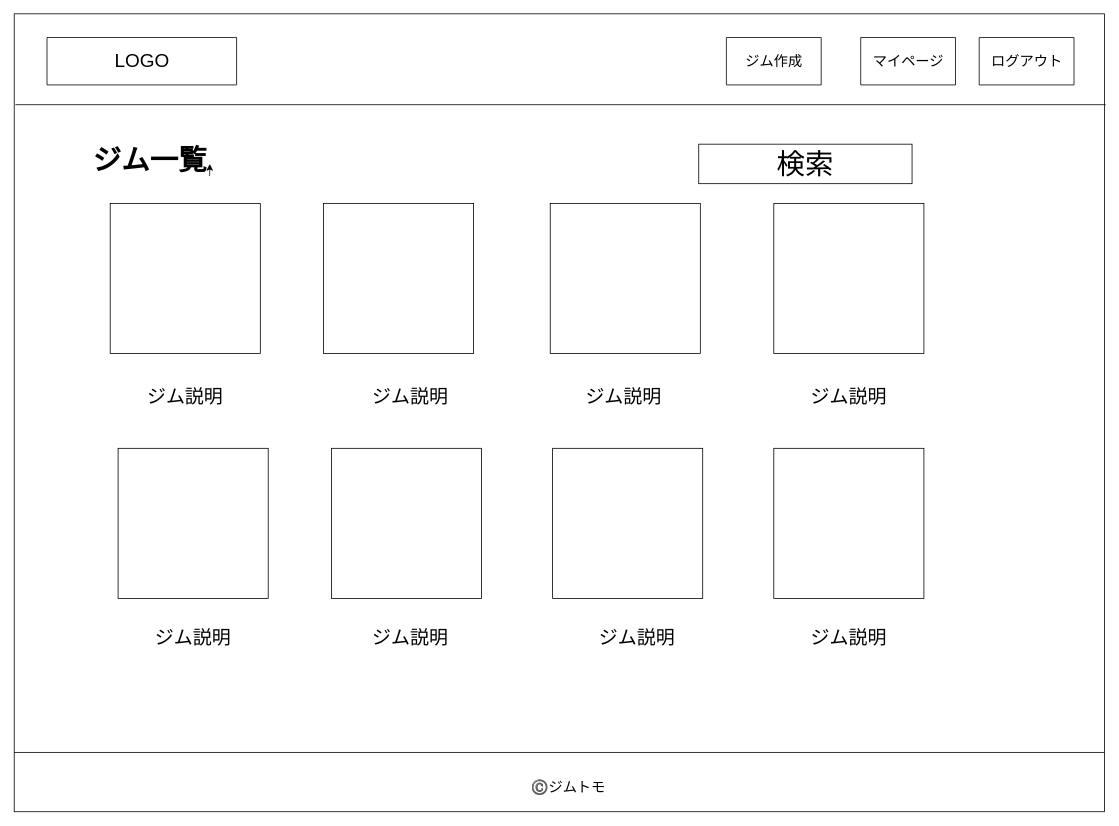
74905/kintore_app keeps this draw.io diagram as page "ジム一覧" (5 of 10) of 名称未設定ファイル.drawio. Above is the earlier version. Source tidied: cells renumbered, new cells numbered last; positions are measured from the earlier drawing's top-left corner, leaving out a move shared by most shapes. Both pictures are drawn from the tidied source at 79%, with x=0, y=0 at pixel (13, 13).
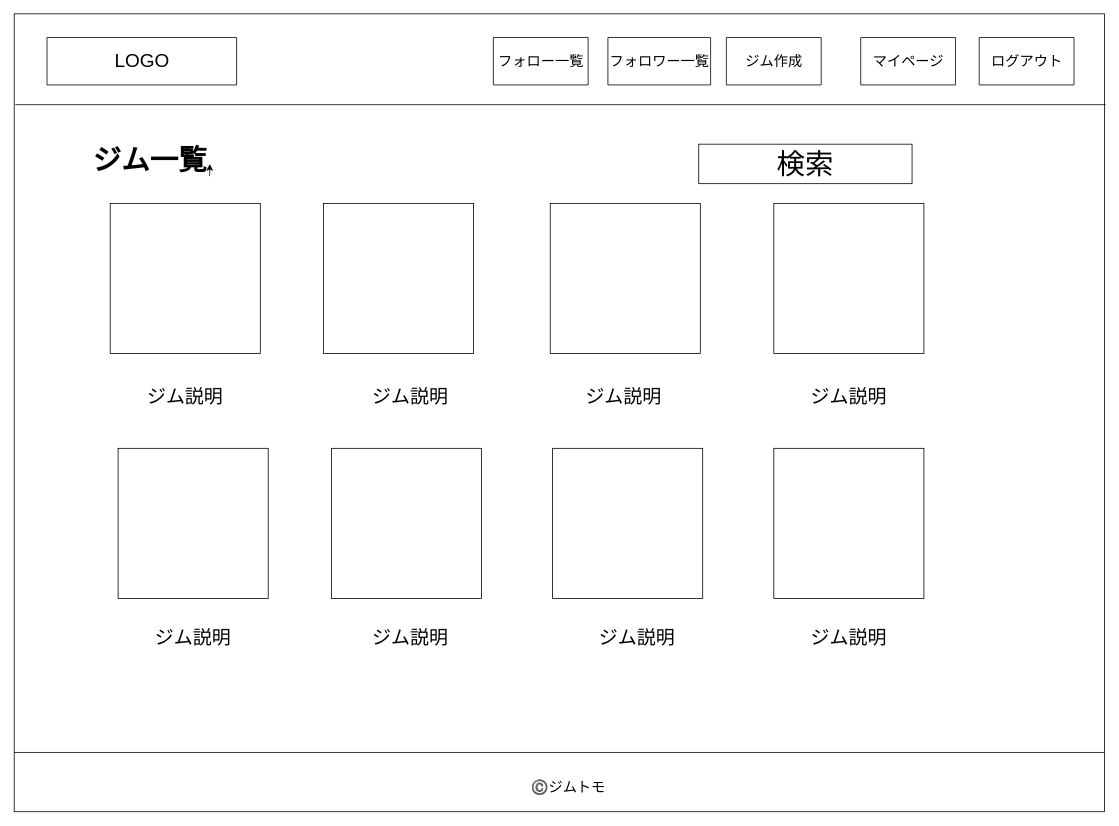
Above is the later version.

What changed in the source:
```diff
@@
+    <mxCell id="29" value="&lt;span style=&quot;font-size: 18px&quot;&gt;フォロワー一覧&lt;/span&gt;" style="verticalLabelPosition=middle;verticalAlign=middle;html=1;shape=mxgraph.basic.rect;fillColor2=none;strokeWidth=1;size=20;indent=5;align=center;labelPosition=center;" parent="1" vertex="1">
+      <mxGeometry x="752" y="30" width="130" height="60" as="geometry" />
+    </mxCell>
+    <mxCell id="30" value="&lt;span style=&quot;font-size: 18px&quot;&gt;フォロー一覧&lt;br&gt;&lt;/span&gt;" style="verticalLabelPosition=middle;verticalAlign=middle;html=1;shape=mxgraph.basic.rect;fillColor2=none;strokeWidth=1;size=20;indent=5;align=center;labelPosition=center;" parent="1" vertex="1">
+      <mxGeometry x="607" y="30" width="120" height="60" as="geometry" />
+    </mxCell>
```
